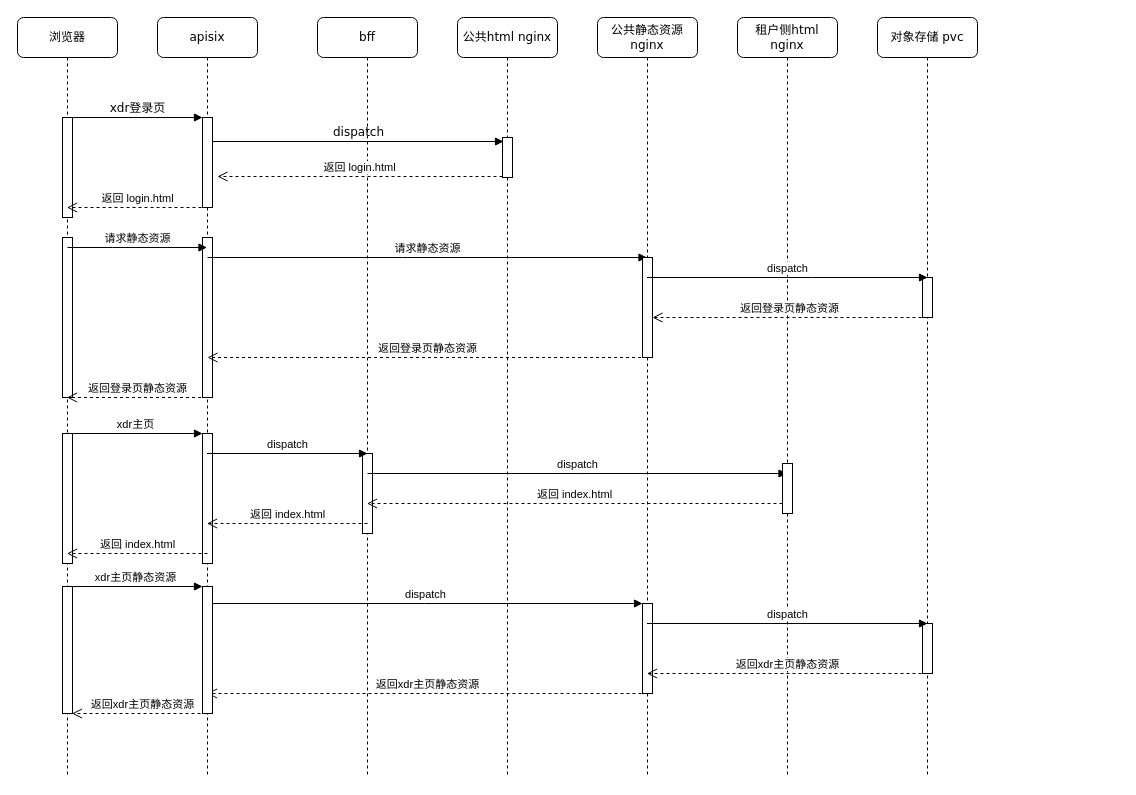
Before: sxf-front-end-optimize-publish/saas dev 前端调用链路优化方案二 - 2.drawio in doukangtai/draw.io, a draw.io diagram. Source tidied: cells renumbered, new cells numbered last; positions are measured from the earlier drawing's top-left corner, leaving out a move shared by most shapes. Both pictures are drawn from the tidied source at 100%, with x=0, y=0 at pixel (17, 17).
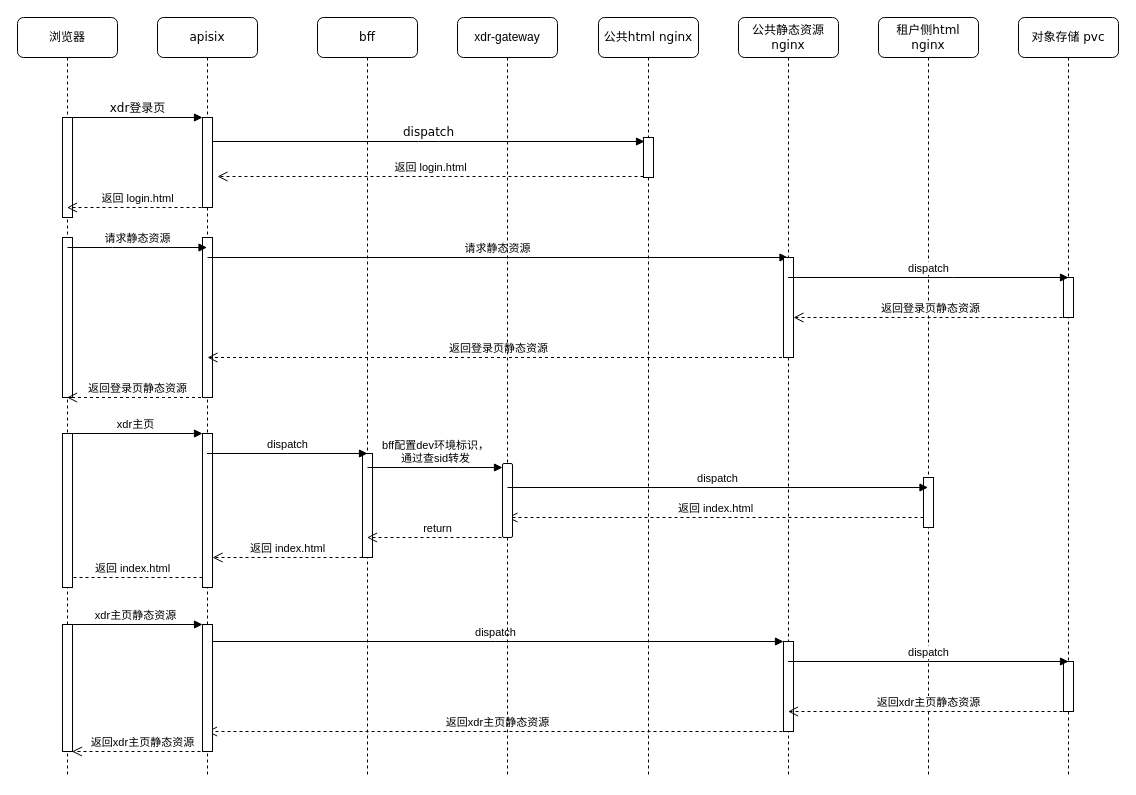
The same diagram, later.

Commit message:
更新saas dev 前端调用链路优化方案二 - 2.drawio

Unchanged cells that the change refers to:
```xml
<mxCell id="2" value="apisix" style="shape=umlLifeline;perimeter=lifelinePerimeter;whiteSpace=wrap;html=1;outlineConnect=0;rounded=1;shadow=0;comic=0;labelBackgroundColor=none;strokeWidth=1;fontFamily=Verdana;fontSize=12;align=center;" parent="1" vertex="1">
  <mxGeometry x="140" width="100" height="760" as="geometry" />
</mxCell>
<mxCell id="7" value="bff" style="shape=umlLifeline;perimeter=lifelinePerimeter;whiteSpace=wrap;html=1;outlineConnect=0;rounded=1;shadow=0;comic=0;labelBackgroundColor=none;strokeWidth=1;fontFamily=Verdana;fontSize=12;align=center;" parent="1" vertex="1">
  <mxGeometry x="300" width="100" height="760" as="geometry" />
</mxCell>
<mxCell id="15" style="html=1;points=[];perimeter=orthogonalPerimeter;outlineConnect=0;targetShapes=umlLifeline;portConstraint=eastwest;newEdgeStyle={&quot;edgeStyle&quot;:&quot;elbowEdgeStyle&quot;,&quot;elbow&quot;:&quot;vertical&quot;,&quot;curved&quot;:0,&quot;rounded&quot;:0};" parent="12" vertex="1">
  <mxGeometry x="45" y="240" width="10" height="100" as="geometry" />
</mxCell>
<mxCell id="17" value="浏览器" style="shape=umlLifeline;perimeter=lifelinePerimeter;whiteSpace=wrap;html=1;outlineConnect=0;rounded=1;shadow=0;comic=0;labelBackgroundColor=none;strokeWidth=1;fontFamily=Verdana;fontSize=12;align=center;" parent="1" vertex="1">
  <mxGeometry width="100" height="760" as="geometry" />
</mxCell>
```

What changed in the source:
```diff
@@
+    <mxCell id="31" value="返回 index.html" style="html=1;verticalAlign=bottom;endArrow=open;dashed=1;endSize=8;edgeStyle=elbowEdgeStyle;elbow=vertical;curved=0;rounded=0;" parent="2" edge="1">
+      <mxGeometry relative="1" as="geometry">
+        <mxPoint x="45" y="560" as="sourcePoint" />
+        <mxPoint x="-95.5" y="560" as="targetPoint" />
+      </mxGeometry>
+    </mxCell>
@@
     <mxCell id="8" style="html=1;perimeter=orthogonalPerimeter;targetShapes=umlLifeline;newEdgeStyle={&quot;edgeStyle&quot;:&quot;elbowEdgeStyle&quot;,&quot;elbow&quot;:&quot;vertical&quot;,&quot;curved&quot;:0,&quot;rounded&quot;:0};" parent="7" vertex="1">
-      <mxGeometry x="45" y="436" width="10" height="80" as="geometry" />
+      <mxGeometry x="45" y="436" width="10" height="104" as="geometry" />
     </mxCell>
-    <mxCell id="9" value="dispatch" style="html=1;verticalAlign=bottom;endArrow=block;edgeStyle=elbowEdgeStyle;elbow=vertical;curved=0;rounded=0;" parent="7" edge="1">
+    <mxCell id="9" value="bff配置dev环境标识，&lt;br&gt;通过查sid转发" style="html=1;verticalAlign=bottom;endArrow=block;edgeStyle=elbowEdgeStyle;elbow=vertical;curved=0;rounded=0;" parent="7" edge="1" target="47">
       <mxGeometry relative="1" as="geometry">
-        <mxPoint x="50" y="456" as="sourcePoint" />
-        <mxPoint x="469.5" y="456" as="targetPoint" />
+        <mxPoint x="50" y="450" as="sourcePoint" />
+        <Array as="points">
+          <mxPoint x="140" y="450" />
+        </Array>
       </mxGeometry>
     </mxCell>
+    <mxCell id="30" value="返回 index.html" style="html=1;verticalAlign=bottom;endArrow=open;dashed=1;endSize=8;edgeStyle=elbowEdgeStyle;elbow=vertical;curved=0;rounded=0;" parent="7" edge="1" target="22">
+      <mxGeometry relative="1" as="geometry">
+        <mxPoint x="45" y="540" as="sourcePoint" />
+      </mxGeometry>
+    </mxCell>
     <mxCell id="10" value="公共html nginx" style="shape=umlLifeline;perimeter=lifelinePerimeter;whiteSpace=wrap;html=1;rounded=1;shadow=0;comic=0;labelBackgroundColor=none;strokeWidth=1;fontFamily=Verdana;fontSize=12;align=center;" parent="1" vertex="1">
-      <mxGeometry x="440" width="100" height="760" as="geometry" />
+      <mxGeometry x="581" width="100" height="760" as="geometry" />
     </mxCell>
@@
     <mxCell id="12" value="公共静态资源 nginx" style="shape=umlLifeline;perimeter=lifelinePerimeter;whiteSpace=wrap;html=1;outlineConnect=0;rounded=1;shadow=0;comic=0;labelBackgroundColor=none;strokeWidth=1;fontFamily=Verdana;fontSize=12;align=center;" parent="1" vertex="1">
-      <mxGeometry x="580" width="100" height="760" as="geometry" />
+      <mxGeometry x="721" width="100" height="760" as="geometry" />
     </mxCell>
     <mxCell id="13" style="html=1;perimeter=orthogonalPerimeter;targetShapes=umlLifeline;newEdgeStyle={&quot;edgeStyle&quot;:&quot;elbowEdgeStyle&quot;,&quot;elbow&quot;:&quot;vertical&quot;,&quot;curved&quot;:0,&quot;rounded&quot;:0};" parent="12" vertex="1">
-      <mxGeometry x="45" y="586" width="10" height="90" as="geometry" />
+      <mxGeometry x="45" y="624" width="10" height="90" as="geometry" />
     </mxCell>
     <mxCell id="14" value="返回xdr主页静态资源" style="html=1;verticalAlign=bottom;endArrow=open;dashed=1;endSize=8;edgeStyle=elbowEdgeStyle;elbow=vertical;curved=0;rounded=0;" parent="12" edge="1">
       <mxGeometry relative="1" as="geometry">
-        <mxPoint x="50" y="676" as="sourcePoint" />
-        <mxPoint x="-390.5" y="676" as="targetPoint" />
+        <mxPoint x="50" y="714" as="sourcePoint" />
+        <mxPoint x="-531.5" y="714" as="targetPoint" />
         <Array as="points">
-          <mxPoint x="-30" y="676" />
+          <mxPoint x="-30" y="714" />
         </Array>
       </mxGeometry>
     </mxCell>
@@
     <mxCell id="16" value="dispatch" style="html=1;verticalAlign=bottom;endArrow=block;edgeStyle=elbowEdgeStyle;elbow=vertical;curved=0;rounded=0;" parent="12" edge="1">
       <mxGeometry relative="1" as="geometry">
-        <mxPoint x="-390.5" y="586" as="sourcePoint" />
-        <mxPoint x="45" y="586" as="targetPoint" />
+        <mxPoint x="-531.5" y="624" as="sourcePoint" />
+        <mxPoint x="45" y="624" as="targetPoint" />
       </mxGeometry>
     </mxCell>
@@
     <mxCell id="19" style="html=1;perimeter=orthogonalPerimeter;targetShapes=umlLifeline;newEdgeStyle={&quot;edgeStyle&quot;:&quot;elbowEdgeStyle&quot;,&quot;elbow&quot;:&quot;vertical&quot;,&quot;curved&quot;:0,&quot;rounded&quot;:0};" parent="17" vertex="1">
-      <mxGeometry x="45" y="416" width="10" height="130" as="geometry" />
+      <mxGeometry x="45" y="416" width="10" height="154" as="geometry" />
     </mxCell>
@@
     <mxCell id="22" style="html=1;points=[];perimeter=orthogonalPerimeter;outlineConnect=0;targetShapes=umlLifeline;portConstraint=eastwest;newEdgeStyle={&quot;edgeStyle&quot;:&quot;elbowEdgeStyle&quot;,&quot;elbow&quot;:&quot;vertical&quot;,&quot;curved&quot;:0,&quot;rounded&quot;:0};" parent="17" vertex="1">
-      <mxGeometry x="185" y="416" width="10" height="130" as="geometry" />
+      <mxGeometry x="185" y="416" width="10" height="154" as="geometry" />
     </mxCell>
@@
     <mxCell id="29" value="返回 index.html" style="html=1;verticalAlign=bottom;endArrow=open;dashed=1;endSize=8;edgeStyle=elbowEdgeStyle;elbow=vertical;curved=0;rounded=0;" parent="1" edge="1" source="36">
       <mxGeometry relative="1" as="geometry">
-        <mxPoint x="349.5" y="486" as="targetPoint" />
+        <mxPoint x="490" y="500" as="targetPoint" />
         <Array as="points">
+          <mxPoint x="850" y="500" />
           <mxPoint x="730" y="486" />
         </Array>
       </mxGeometry>
     </mxCell>
-    <mxCell id="30" value="返回 index.html" style="html=1;verticalAlign=bottom;endArrow=open;dashed=1;endSize=8;edgeStyle=elbowEdgeStyle;elbow=vertical;curved=0;rounded=0;" parent="1" edge="1">
-      <mxGeometry relative="1" as="geometry">
-        <mxPoint x="350" y="506" as="sourcePoint" />
-        <mxPoint x="189.5" y="506" as="targetPoint" />
-      </mxGeometry>
-    </mxCell>
-    <mxCell id="31" value="返回 index.html" style="html=1;verticalAlign=bottom;endArrow=open;dashed=1;endSize=8;edgeStyle=elbowEdgeStyle;elbow=vertical;curved=0;rounded=0;" parent="1" edge="1">
-      <mxGeometry relative="1" as="geometry">
-        <mxPoint x="190" y="536" as="sourcePoint" />
-        <mxPoint x="49.5" y="536" as="targetPoint" />
-      </mxGeometry>
-    </mxCell>
     <mxCell id="32" style="html=1;perimeter=orthogonalPerimeter;targetShapes=umlLifeline;newEdgeStyle={&quot;edgeStyle&quot;:&quot;elbowEdgeStyle&quot;,&quot;elbow&quot;:&quot;vertical&quot;,&quot;curved&quot;:0,&quot;rounded&quot;:0};" parent="1" vertex="1">
-      <mxGeometry x="45" y="569" width="10" height="127" as="geometry" />
+      <mxGeometry x="45" y="607" width="10" height="127" as="geometry" />
     </mxCell>
     <mxCell id="33" style="html=1;points=[];perimeter=orthogonalPerimeter;outlineConnect=0;targetShapes=umlLifeline;portConstraint=eastwest;newEdgeStyle={&quot;edgeStyle&quot;:&quot;elbowEdgeStyle&quot;,&quot;elbow&quot;:&quot;vertical&quot;,&quot;curved&quot;:0,&quot;rounded&quot;:0};" parent="1" vertex="1">
-      <mxGeometry x="185" y="569" width="10" height="127" as="geometry" />
+      <mxGeometry x="185" y="607" width="10" height="127" as="geometry" />
     </mxCell>
     <mxCell id="34" value="xdr主页静态资源" style="html=1;verticalAlign=bottom;endArrow=block;edgeStyle=elbowEdgeStyle;elbow=vertical;curved=0;rounded=0;" parent="1" edge="1" target="33">
       <mxGeometry relative="1" as="geometry">
-        <mxPoint x="50" y="569" as="sourcePoint" />
+        <mxPoint x="50" y="607" as="sourcePoint" />
       </mxGeometry>
     </mxCell>
     <mxCell id="35" value="租户侧html nginx" style="shape=umlLifeline;perimeter=lifelinePerimeter;whiteSpace=wrap;html=1;outlineConnect=0;rounded=1;shadow=0;comic=0;labelBackgroundColor=none;strokeWidth=1;fontFamily=Verdana;fontSize=12;align=center;" parent="1" vertex="1">
-      <mxGeometry x="720" width="100" height="760" as="geometry" />
+      <mxGeometry x="861" width="100" height="760" as="geometry" />
     </mxCell>
     <mxCell id="36" style="html=1;points=[];perimeter=orthogonalPerimeter;outlineConnect=0;targetShapes=umlLifeline;portConstraint=eastwest;newEdgeStyle={&quot;edgeStyle&quot;:&quot;elbowEdgeStyle&quot;,&quot;elbow&quot;:&quot;vertical&quot;,&quot;curved&quot;:0,&quot;rounded&quot;:0};" parent="35" vertex="1">
-      <mxGeometry x="45" y="446" width="10" height="50" as="geometry" />
+      <mxGeometry x="45" y="460" width="10" height="50" as="geometry" />
     </mxCell>
     <mxCell id="37" value="对象存储 pvc" style="shape=umlLifeline;perimeter=lifelinePerimeter;whiteSpace=wrap;html=1;rounded=1;shadow=0;comic=0;labelBackgroundColor=none;strokeWidth=1;fontFamily=Verdana;fontSize=12;align=center;" parent="1" vertex="1">
-      <mxGeometry x="860" width="100" height="760" as="geometry" />
+      <mxGeometry x="1001" width="100" height="760" as="geometry" />
     </mxCell>
     <mxCell id="38" style="html=1;perimeter=orthogonalPerimeter;targetShapes=umlLifeline;newEdgeStyle={&quot;edgeStyle&quot;:&quot;elbowEdgeStyle&quot;,&quot;elbow&quot;:&quot;vertical&quot;,&quot;curved&quot;:0,&quot;rounded&quot;:0};" parent="37" vertex="1">
-      <mxGeometry x="45" y="606" width="10" height="50" as="geometry" />
+      <mxGeometry x="45" y="644" width="10" height="50" as="geometry" />
     </mxCell>
@@
     <mxCell id="40" value="dispatch" style="html=1;verticalAlign=bottom;endArrow=block;edgeStyle=elbowEdgeStyle;elbow=vertical;curved=0;rounded=0;" parent="1" edge="1">
       <mxGeometry relative="1" as="geometry">
-        <mxPoint x="629.5" y="606" as="sourcePoint" />
-        <mxPoint x="910" y="606" as="targetPoint" />
+        <mxPoint x="770.5" y="644" as="sourcePoint" />
+        <mxPoint x="1051" y="644" as="targetPoint" />
       </mxGeometry>
     </mxCell>
     <mxCell id="41" value="返回xdr主页静态资源" style="html=1;verticalAlign=bottom;endArrow=open;dashed=1;endSize=8;edgeStyle=elbowEdgeStyle;elbow=vertical;curved=0;rounded=0;" parent="1" edge="1">
       <mxGeometry relative="1" as="geometry">
-        <mxPoint x="910" y="656" as="sourcePoint" />
-        <mxPoint x="629.5" y="656" as="targetPoint" />
+        <mxPoint x="1051" y="694" as="sourcePoint" />
+        <mxPoint x="770.5" y="694" as="targetPoint" />
       </mxGeometry>
     </mxCell>
     <mxCell id="42" value="返回xdr主页静态资源" style="html=1;verticalAlign=bottom;endArrow=open;dashed=1;endSize=8;edgeStyle=elbowEdgeStyle;elbow=vertical;curved=0;rounded=0;" parent="1" edge="1">
       <mxGeometry relative="1" as="geometry">
-        <mxPoint x="195" y="696" as="sourcePoint" />
-        <mxPoint x="54.5" y="696" as="targetPoint" />
+        <mxPoint x="195" y="734" as="sourcePoint" />
+        <mxPoint x="54.5" y="734" as="targetPoint" />
       </mxGeometry>
     </mxCell>
     <mxCell id="43" value="dispatch" style="html=1;verticalAlign=bottom;endArrow=block;edgeStyle=elbowEdgeStyle;elbow=vertical;curved=0;rounded=0;" parent="1" edge="1" source="12">
       <mxGeometry relative="1" as="geometry">
-        <mxPoint x="910" y="260" as="targetPoint" />
+        <mxPoint x="1051" y="260" as="targetPoint" />
       </mxGeometry>
     </mxCell>
     <mxCell id="44" value="返回登录页静态资源" style="html=1;verticalAlign=bottom;endArrow=open;dashed=1;endSize=8;edgeStyle=elbowEdgeStyle;elbow=vertical;curved=0;rounded=0;" parent="1" edge="1" target="15">
       <mxGeometry relative="1" as="geometry">
-        <mxPoint x="910" y="300" as="sourcePoint" />
+        <mxPoint x="1051" y="300" as="sourcePoint" />
       </mxGeometry>
     </mxCell>
@@
+    <mxCell id="46" value="xdr-gateway" style="shape=umlLifeline;perimeter=lifelinePerimeter;whiteSpace=wrap;html=1;newEdgeStyle={&quot;edgeStyle&quot;:&quot;elbowEdgeStyle&quot;,&quot;elbow&quot;:&quot;vertical&quot;,&quot;curved&quot;:0,&quot;rounded&quot;:0};rounded=1;" parent="1" vertex="1">
+      <mxGeometry x="440" width="100" height="760" as="geometry" />
+    </mxCell>
+    <mxCell id="47" style="html=1;points=[];perimeter=orthogonalPerimeter;outlineConnect=0;targetShapes=umlLifeline;portConstraint=eastwest;newEdgeStyle={&quot;edgeStyle&quot;:&quot;elbowEdgeStyle&quot;,&quot;elbow&quot;:&quot;vertical&quot;,&quot;curved&quot;:0,&quot;rounded&quot;:0};rounded=1;" parent="46" vertex="1">
+      <mxGeometry x="45" y="446" width="10" height="74" as="geometry" />
+    </mxCell>
+    <mxCell id="48" value="dispatch" style="html=1;verticalAlign=bottom;endArrow=block;edgeStyle=elbowEdgeStyle;elbow=vertical;curved=0;rounded=0;" parent="1" edge="1" target="35">
+      <mxGeometry relative="1" as="geometry">
+        <mxPoint x="490" y="470" as="sourcePoint" />
+      </mxGeometry>
+    </mxCell>
+    <mxCell id="49" value="return" style="html=1;verticalAlign=bottom;endArrow=open;dashed=1;endSize=8;edgeStyle=elbowEdgeStyle;elbow=vertical;curved=0;rounded=0;" parent="1" edge="1" target="7">
+      <mxGeometry relative="1" as="geometry">
+        <mxPoint x="490" y="520" as="sourcePoint" />
+      </mxGeometry>
+    </mxCell>
```
